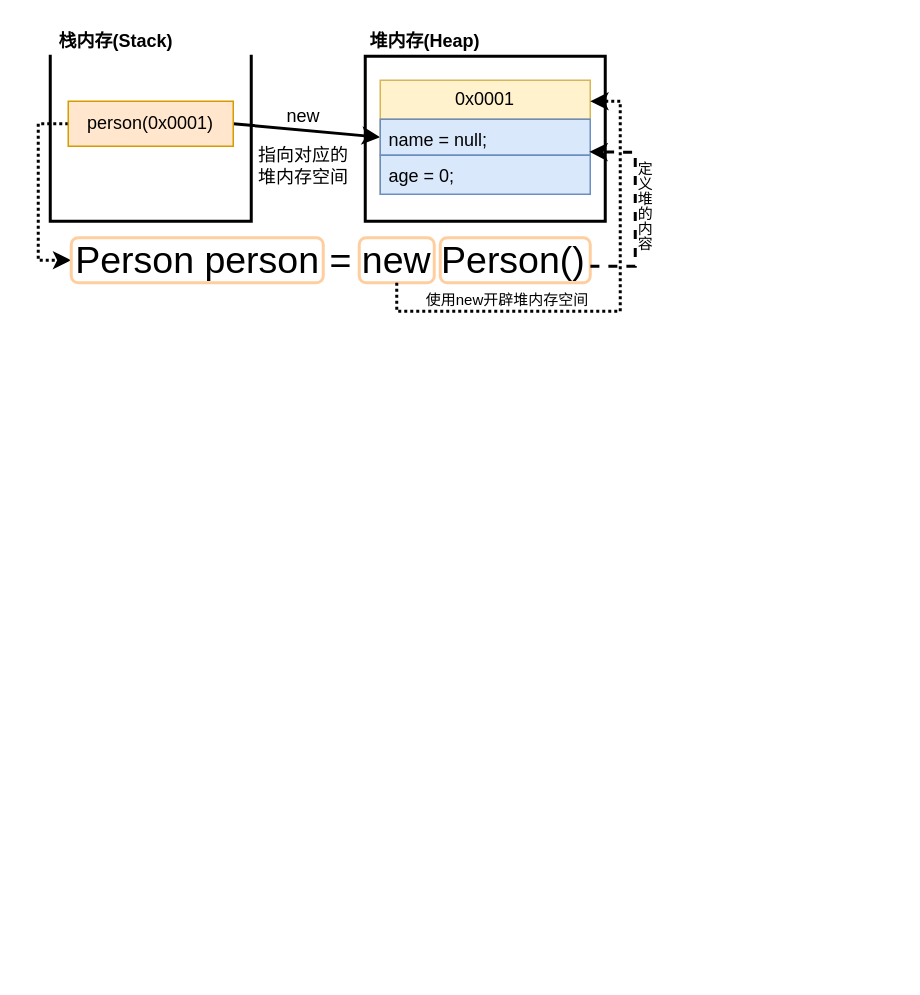
qingyunlyp/resource keeps this draw.io diagram as java对象内存分析.drawio. Above is the earlier version. Source tidied: cells renumbered, new cells numbered last; positions are measured from the earlier drawing's top-left corner, leaving out a move shared by most shapes. Both pictures are drawn from the tidied source at 150%, with x=0, y=0 at pixel (50, 26).
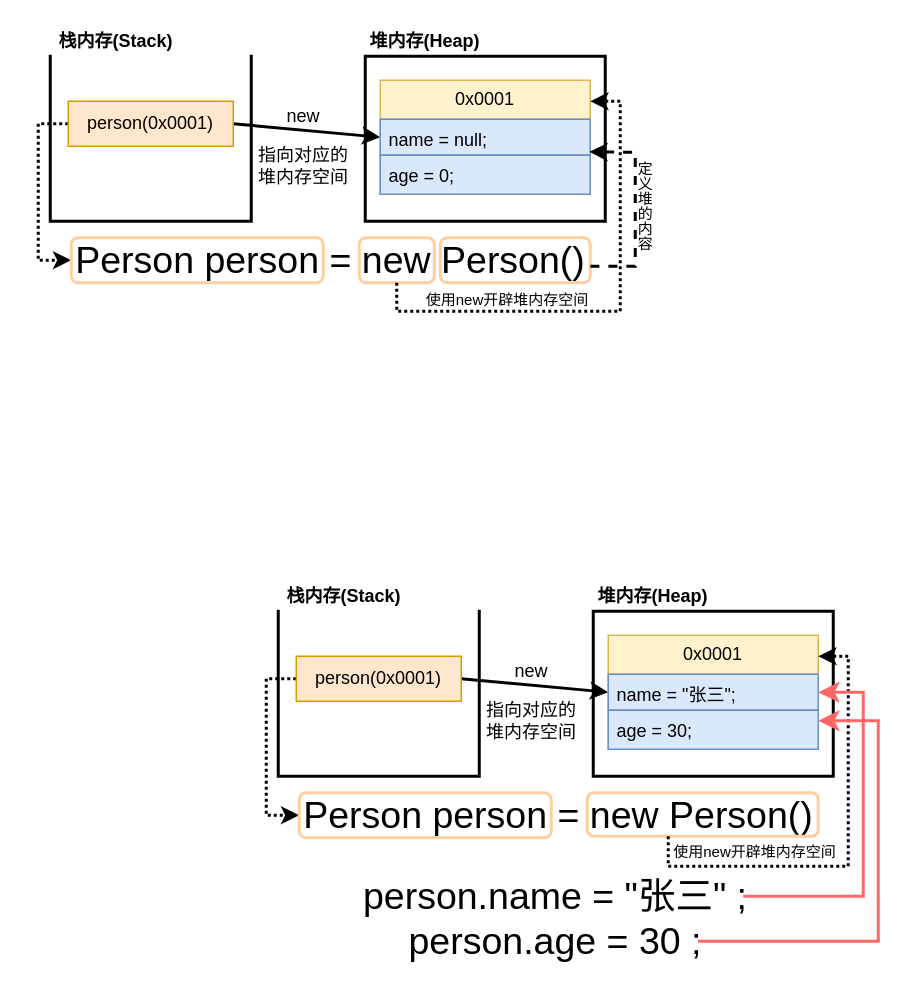
After the change.

Commit message:
更新java对象内存分析.drawio

Diff of the diagram source:
```diff
@@
+    <mxCell id="22" style="shape=partialRectangle;whiteSpace=wrap;html=1;bottom=1;right=1;left=1;top=0;fillColor=none;routingCenterX=-0.5;strokeWidth=2;" parent="1" vertex="1">
+      <mxGeometry x="152" y="390" width="134" height="110" as="geometry" />
+    </mxCell>
+    <mxCell id="23" value="&lt;p style=&quot;margin:0px;margin-top:4px;text-align:center;&quot;&gt;&lt;br&gt;&lt;/p&gt;" style="verticalAlign=top;align=left;overflow=fill;html=1;whiteSpace=wrap;strokeWidth=2;" parent="1" vertex="1">
+      <mxGeometry x="362" y="390" width="160" height="110" as="geometry" />
+    </mxCell>
+    <mxCell id="24" style="endArrow=classic;html=1;rounded=0;entryX=0;entryY=0.5;entryDx=0;entryDy=0;exitX=1;exitY=0.5;exitDx=0;exitDy=0;strokeWidth=2;" parent="1" edge="1" source="27" target="29">
+      <mxGeometry relative="1" as="geometry" />
+    </mxCell>
+    <mxCell id="25" value="&lt;b&gt;栈内存(Stack)&lt;/b&gt;" style="text;html=1;whiteSpace=wrap;strokeColor=none;fillColor=none;align=center;verticalAlign=middle;rounded=0;" parent="1" vertex="1">
+      <mxGeometry x="156" y="370" width="80" height="20" as="geometry" />
+    </mxCell>
+    <mxCell id="26" style="edgeStyle=orthogonalEdgeStyle;rounded=0;jettySize=auto;html=1;entryX=0;entryY=0.5;entryDx=0;entryDy=0;exitX=0;exitY=0.5;exitDx=0;exitDy=0;dashed=1;dashPattern=1 1;strokeWidth=2;" parent="1" edge="1" source="27" target="35">
+      <mxGeometry relative="1" as="geometry" />
+    </mxCell>
+    <mxCell id="27" value="person(0x0001)" style="html=1;whiteSpace=wrap;fillColor=#ffe6cc;strokeColor=#d79b00;" parent="1" vertex="1">
+      <mxGeometry x="164" y="420" width="110" height="30" as="geometry" />
+    </mxCell>
+    <mxCell id="28" value="&lt;b&gt;堆内存(Heap)&lt;/b&gt;" style="text;html=1;whiteSpace=wrap;strokeColor=none;fillColor=none;align=center;verticalAlign=middle;rounded=0;" parent="1" vertex="1">
+      <mxGeometry x="362" y="370" width="80" height="20" as="geometry" />
+    </mxCell>
+    <mxCell id="29" value="0x0001" style="swimlane;fontStyle=0;horizontal=1;startSize=26;fillColor=#fff2cc;whiteSpace=wrap;html=1;strokeColor=#d6b656;" parent="1" vertex="1">
+      <mxGeometry x="372" y="406" width="140" height="76" as="geometry" />
+    </mxCell>
+    <mxCell id="30" value="name = &quot;张三&quot;;" style="text;strokeColor=#6c8ebf;fillColor=#dae8fc;align=left;verticalAlign=top;spacingLeft=4;spacingRight=4;overflow=hidden;whiteSpace=wrap;html=1;" parent="29" vertex="1">
+      <mxGeometry y="26" width="140" height="24" as="geometry" />
+    </mxCell>
+    <mxCell id="31" value="age = 30;" style="text;strokeColor=#6c8ebf;fillColor=#dae8fc;align=left;verticalAlign=top;spacingLeft=4;spacingRight=4;overflow=hidden;whiteSpace=wrap;html=1;" parent="29" vertex="1">
+      <mxGeometry y="50" width="140" height="26" as="geometry" />
+    </mxCell>
+    <mxCell id="32" value="指向对应的堆内存空间" style="text;html=1;whiteSpace=wrap;strokeColor=none;fillColor=none;align=center;verticalAlign=middle;rounded=0;" parent="1" vertex="1">
+      <mxGeometry x="286" y="450" width="70" height="25" as="geometry" />
+    </mxCell>
+    <mxCell id="33" value="new" style="text;html=1;whiteSpace=wrap;strokeColor=none;fillColor=none;align=center;verticalAlign=middle;rounded=0;" parent="1" vertex="1">
+      <mxGeometry x="293" y="420" width="56" height="20" as="geometry" />
+    </mxCell>
+    <mxCell id="34" value="&lt;font style=&quot;font-size: 25px;&quot;&gt;Person person = new Person()&lt;/font&gt;" style="text;html=1;whiteSpace=wrap;strokeColor=none;fillColor=none;align=center;verticalAlign=middle;rounded=0;" parent="1" vertex="1">
+      <mxGeometry x="152" y="510" width="374" height="30" as="geometry" />
+    </mxCell>
+    <mxCell id="35" style="rounded=1;whiteSpace=wrap;html=1;fillColor=none;strokeColor=#FFCE9F;strokeWidth=2;" parent="1" vertex="1">
+      <mxGeometry x="166" y="511" width="168" height="30" as="geometry" />
+    </mxCell>
+    <mxCell id="36" style="rounded=1;whiteSpace=wrap;html=1;fillColor=none;strokeColor=#FFCE9F;strokeWidth=2;" parent="1" vertex="1">
+      <mxGeometry x="358" y="511" width="154" height="29" as="geometry" />
+    </mxCell>
+    <mxCell id="37" style="edgeStyle=orthogonalEdgeStyle;rounded=0;jettySize=auto;html=1;entryX=1;entryY=0.184;entryDx=0;entryDy=0;entryPerimeter=0;dashed=1;dashPattern=1 1;strokeWidth=2;" parent="1" edge="1" target="29">
+      <mxGeometry relative="1" as="geometry">
+        <mxPoint x="412" y="540" as="sourcePoint" />
+        <Array as="points">
+          <mxPoint x="412" y="540" />
+          <mxPoint x="412" y="560" />
+          <mxPoint x="532" y="560" />
+          <mxPoint x="532" y="420" />
+        </Array>
+      </mxGeometry>
+    </mxCell>
+    <mxCell id="38" value="&lt;font style=&quot;font-size: 10px;&quot;&gt;使用new开辟堆内存空间&lt;/font&gt;" style="text;html=1;whiteSpace=wrap;strokeColor=none;fillColor=none;align=center;verticalAlign=middle;rounded=0;" parent="1" vertex="1">
+      <mxGeometry x="414" y="540" width="112" height="19" as="geometry" />
+    </mxCell>
+    <mxCell id="39" value="&lt;div&gt;&lt;span style=&quot;font-size: 25px; white-space: normal; background-color: light-dark(#ffffff, var(--ge-dark-color, #121212));&quot;&gt;person.name = &quot;张三&quot; ;&lt;/span&gt;&lt;/div&gt;&lt;div&gt;&lt;span style=&quot;font-size: 25px; color: light-dark(rgb(0, 0, 0), rgb(255, 255, 255)); background-color: light-dark(#ffffff, var(--ge-dark-color, #121212));&quot;&gt;person.age = 30 ;&lt;/span&gt;&lt;/div&gt;" style="text;html=1;whiteSpace=wrap;strokeColor=none;fillColor=none;align=center;verticalAlign=middle;rounded=0;" parent="1" vertex="1">
+      <mxGeometry x="152" y="559" width="370" height="70" as="geometry" />
+    </mxCell>
+    <mxCell id="40" style="edgeStyle=segmentEdgeStyle;endArrow=classic;html=1;curved=0;rounded=0;endSize=8;startSize=8;entryX=1;entryY=0.5;entryDx=0;entryDy=0;strokeWidth=2;strokeColor=#FF6666;" parent="1" edge="1" target="29">
+      <mxGeometry relative="1" as="geometry">
+        <mxPoint x="462" y="580" as="sourcePoint" />
+        <Array as="points">
+          <mxPoint x="462" y="580" />
+          <mxPoint x="542" y="580" />
+          <mxPoint x="542" y="444" />
+        </Array>
+      </mxGeometry>
+    </mxCell>
+    <mxCell id="41" style="edgeStyle=segmentEdgeStyle;endArrow=classic;html=1;curved=0;rounded=0;endSize=8;startSize=8;entryX=1;entryY=0.75;entryDx=0;entryDy=0;strokeWidth=2;strokeColor=#FF6666;" parent="1" edge="1" target="29">
+      <mxGeometry relative="1" as="geometry">
+        <mxPoint x="432" y="610" as="sourcePoint" />
+        <Array as="points">
+          <mxPoint x="432" y="610" />
+          <mxPoint x="552" y="610" />
+          <mxPoint x="552" y="463" />
+        </Array>
+      </mxGeometry>
+    </mxCell>
```
